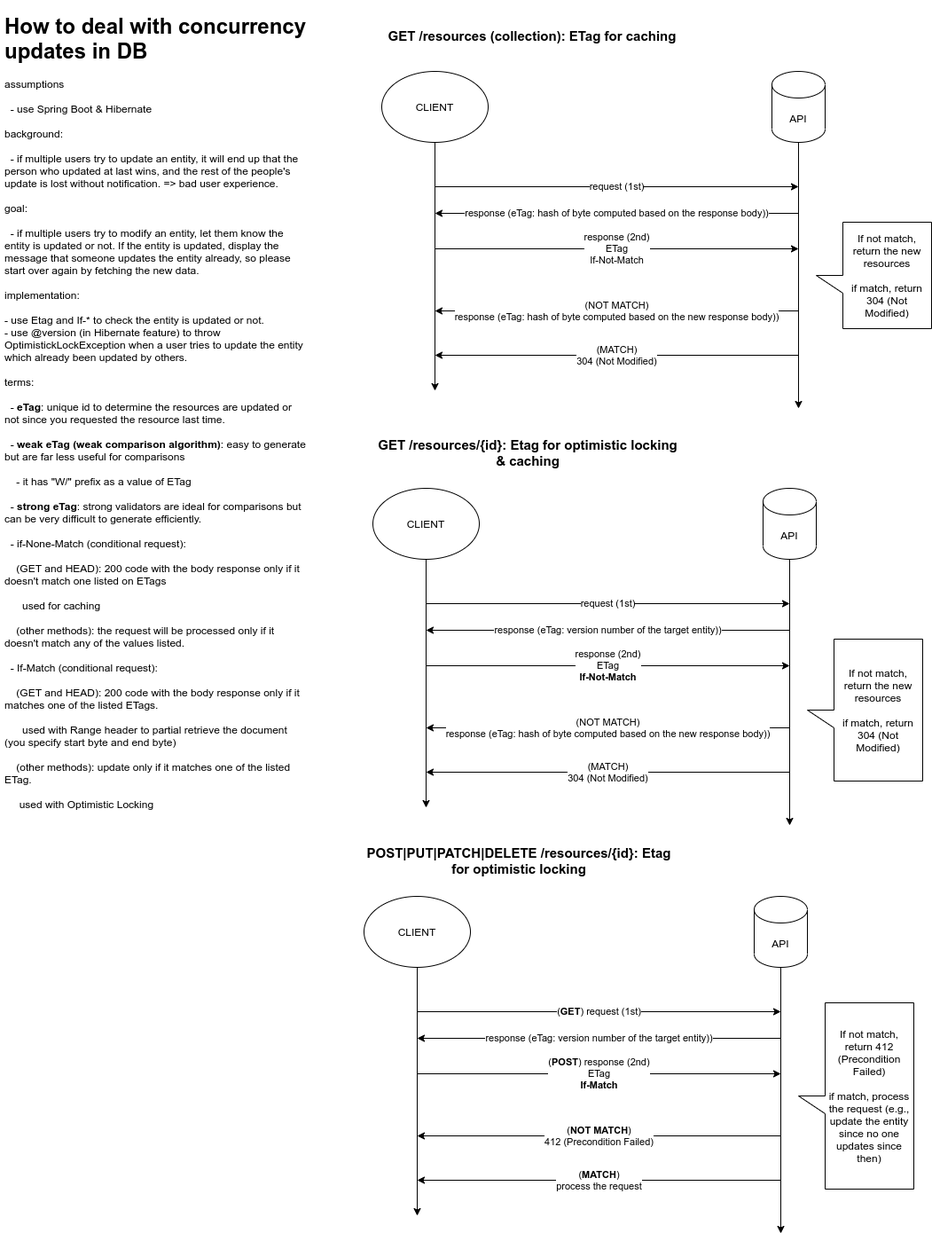
Earlier version of the draw.io export optimistic-locking-with-rest-api.png (stsiwo/e-commerce-starter-kits). Source tidied: cells renumbered, new cells last; positions are measured from the earlier drawing's top-left corner, leaving out a move shared by most shapes.
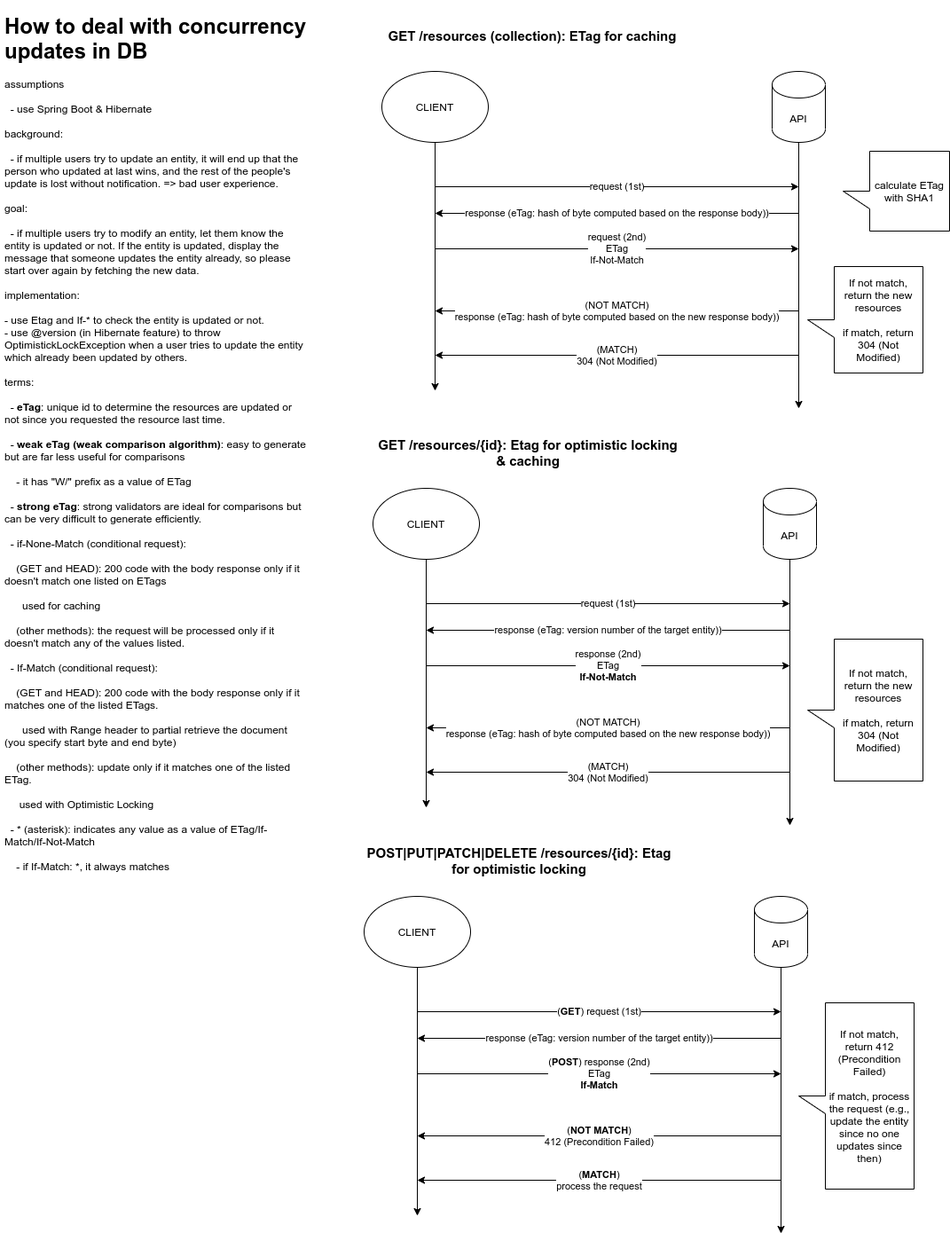
The same diagram one commit later.

Diff of the diagram source:
```diff
@@ -2,7 +2,7 @@
   <root>
     <mxCell id="0" />
     <mxCell id="1" parent="0" />
-    <mxCell id="2" value="&lt;h1&gt;How to deal with concurrency updates in DB&lt;/h1&gt;&lt;div&gt;assumptions&lt;/div&gt;&lt;div&gt;&lt;br&gt;&lt;/div&gt;&lt;div&gt;&amp;nbsp; - use Spring Boot &amp;amp; Hibernate&amp;nbsp;&lt;/div&gt;&lt;div&gt;&lt;br&gt;&lt;/div&gt;&lt;div&gt;background:&lt;/div&gt;&lt;div&gt;&lt;br&gt;&lt;/div&gt;&lt;div&gt;&amp;nbsp; - if multiple users try to update an entity, it will end up that the person who updated at last wins, and the rest of the people's update is lost without notification. =&amp;gt; bad user experience.&lt;/div&gt;&lt;div&gt;&lt;br&gt;&lt;/div&gt;&lt;div&gt;goal:&lt;/div&gt;&lt;div&gt;&lt;br&gt;&lt;/div&gt;&lt;div&gt;&amp;nbsp; - if multiple users try to modify an entity, let them know the entity is updated or not. If the entity is updated, display the message that someone updates the entity already, so please start over again by fetching the new data.&lt;/div&gt;&lt;div&gt;&lt;br&gt;&lt;/div&gt;&lt;div&gt;implementation:&amp;nbsp;&lt;/div&gt;&lt;div&gt;&lt;br&gt;&lt;/div&gt;&lt;div&gt;- use Etag and If-* to check the entity is updated or not.&lt;/div&gt;&lt;div&gt;- use @version (in Hibernate feature) to throw OptimistickLockException when a user tries to update the entity which already been updated by others.&lt;/div&gt;&lt;div&gt;&lt;br&gt;&lt;/div&gt;&lt;div&gt;terms:&lt;/div&gt;&lt;div&gt;&lt;br&gt;&lt;/div&gt;&lt;div&gt;&amp;nbsp; - &lt;b&gt;eTag&lt;/b&gt;: unique id to determine the resources are updated or not since you requested the resource last time.&lt;/div&gt;&lt;div&gt;&lt;br&gt;&lt;/div&gt;&lt;div&gt;&amp;nbsp; - &lt;b&gt;weak eTag (weak comparison algorithm)&lt;/b&gt;: easy to generate but are far less useful for comparisons&lt;/div&gt;&lt;div&gt;&lt;br&gt;&lt;/div&gt;&lt;div&gt;&amp;nbsp; &amp;nbsp; - it has &quot;W/&quot; prefix as a value of ETag&lt;/div&gt;&lt;div&gt;&lt;br&gt;&lt;/div&gt;&lt;div&gt;&amp;nbsp; - &lt;b&gt;strong eTag&lt;/b&gt;: strong validators are ideal for comparisons but can be very difficult to generate efficiently.&amp;nbsp;&lt;/div&gt;&lt;div&gt;&lt;br&gt;&lt;/div&gt;&lt;div&gt;&amp;nbsp; - if-None-Match (conditional request):&amp;nbsp;&lt;/div&gt;&lt;div&gt;&lt;br&gt;&lt;/div&gt;&lt;div&gt;&amp;nbsp; &amp;nbsp; (GET and HEAD): 200 code with the body response only if it doesn't match one listed on ETags&lt;/div&gt;&lt;div&gt;&lt;br&gt;&lt;/div&gt;&lt;div&gt;&amp;nbsp; &amp;nbsp; &amp;nbsp; used for caching&lt;/div&gt;&lt;div&gt;&lt;br&gt;&lt;/div&gt;&lt;div&gt;&amp;nbsp; &amp;nbsp; (other methods): the request will be processed only if it doesn't match any of the values listed.&lt;/div&gt;&lt;div&gt;&lt;br&gt;&lt;/div&gt;&lt;div&gt;&amp;nbsp; - If-Match (conditional request):&lt;/div&gt;&lt;div&gt;&lt;br&gt;&lt;/div&gt;&lt;div&gt;&amp;nbsp; &amp;nbsp; (GET and HEAD): 200 code with the body response only if it matches one of the listed ETags.&lt;/div&gt;&lt;div&gt;&amp;nbsp;&lt;/div&gt;&lt;div&gt;&amp;nbsp; &amp;nbsp; &amp;nbsp; used with Range header to partial retrieve the document (you specify start byte and end byte)&lt;/div&gt;&lt;div&gt;&lt;br&gt;&lt;/div&gt;&lt;div&gt;&amp;nbsp; &amp;nbsp; (other methods): update only if it matches one of the listed ETag.&lt;/div&gt;&lt;div&gt;&lt;br&gt;&lt;/div&gt;&lt;div&gt;&amp;nbsp; &amp;nbsp; &amp;nbsp;used with Optimistic Locking&lt;/div&gt;" style="text;html=1;strokeColor=none;fillColor=none;spacing=5;spacingTop=-20;whiteSpace=wrap;overflow=hidden;rounded=0;" parent="1" vertex="1">
+    <mxCell id="2" value="&lt;h1&gt;How to deal with concurrency updates in DB&lt;/h1&gt;&lt;div&gt;assumptions&lt;/div&gt;&lt;div&gt;&lt;br&gt;&lt;/div&gt;&lt;div&gt;&amp;nbsp; - use Spring Boot &amp;amp; Hibernate&amp;nbsp;&lt;/div&gt;&lt;div&gt;&lt;br&gt;&lt;/div&gt;&lt;div&gt;background:&lt;/div&gt;&lt;div&gt;&lt;br&gt;&lt;/div&gt;&lt;div&gt;&amp;nbsp; - if multiple users try to update an entity, it will end up that the person who updated at last wins, and the rest of the people's update is lost without notification. =&amp;gt; bad user experience.&lt;/div&gt;&lt;div&gt;&lt;br&gt;&lt;/div&gt;&lt;div&gt;goal:&lt;/div&gt;&lt;div&gt;&lt;br&gt;&lt;/div&gt;&lt;div&gt;&amp;nbsp; - if multiple users try to modify an entity, let them know the entity is updated or not. If the entity is updated, display the message that someone updates the entity already, so please start over again by fetching the new data.&lt;/div&gt;&lt;div&gt;&lt;br&gt;&lt;/div&gt;&lt;div&gt;implementation:&amp;nbsp;&lt;/div&gt;&lt;div&gt;&lt;br&gt;&lt;/div&gt;&lt;div&gt;- use Etag and If-* to check the entity is updated or not.&lt;/div&gt;&lt;div&gt;- use @version (in Hibernate feature) to throw OptimistickLockException when a user tries to update the entity which already been updated by others.&lt;/div&gt;&lt;div&gt;&lt;br&gt;&lt;/div&gt;&lt;div&gt;terms:&lt;/div&gt;&lt;div&gt;&lt;br&gt;&lt;/div&gt;&lt;div&gt;&amp;nbsp; - &lt;b&gt;eTag&lt;/b&gt;: unique id to determine the resources are updated or not since you requested the resource last time.&lt;/div&gt;&lt;div&gt;&lt;br&gt;&lt;/div&gt;&lt;div&gt;&amp;nbsp; - &lt;b&gt;weak eTag (weak comparison algorithm)&lt;/b&gt;: easy to generate but are far less useful for comparisons&lt;/div&gt;&lt;div&gt;&lt;br&gt;&lt;/div&gt;&lt;div&gt;&amp;nbsp; &amp;nbsp; - it has &quot;W/&quot; prefix as a value of ETag&lt;/div&gt;&lt;div&gt;&lt;br&gt;&lt;/div&gt;&lt;div&gt;&amp;nbsp; - &lt;b&gt;strong eTag&lt;/b&gt;: strong validators are ideal for comparisons but can be very difficult to generate efficiently.&amp;nbsp;&lt;/div&gt;&lt;div&gt;&lt;br&gt;&lt;/div&gt;&lt;div&gt;&amp;nbsp; - if-None-Match (conditional request):&amp;nbsp;&lt;/div&gt;&lt;div&gt;&lt;br&gt;&lt;/div&gt;&lt;div&gt;&amp;nbsp; &amp;nbsp; (GET and HEAD): 200 code with the body response only if it doesn't match one listed on ETags&lt;/div&gt;&lt;div&gt;&lt;br&gt;&lt;/div&gt;&lt;div&gt;&amp;nbsp; &amp;nbsp; &amp;nbsp; used for caching&lt;/div&gt;&lt;div&gt;&lt;br&gt;&lt;/div&gt;&lt;div&gt;&amp;nbsp; &amp;nbsp; (other methods): the request will be processed only if it doesn't match any of the values listed.&lt;/div&gt;&lt;div&gt;&lt;br&gt;&lt;/div&gt;&lt;div&gt;&amp;nbsp; - If-Match (conditional request):&lt;/div&gt;&lt;div&gt;&lt;br&gt;&lt;/div&gt;&lt;div&gt;&amp;nbsp; &amp;nbsp; (GET and HEAD): 200 code with the body response only if it matches one of the listed ETags.&lt;/div&gt;&lt;div&gt;&amp;nbsp;&lt;/div&gt;&lt;div&gt;&amp;nbsp; &amp;nbsp; &amp;nbsp; used with Range header to partial retrieve the document (you specify start byte and end byte)&lt;/div&gt;&lt;div&gt;&lt;br&gt;&lt;/div&gt;&lt;div&gt;&amp;nbsp; &amp;nbsp; (other methods): update only if it matches one of the listed ETag.&lt;/div&gt;&lt;div&gt;&lt;br&gt;&lt;/div&gt;&lt;div&gt;&amp;nbsp; &amp;nbsp; &amp;nbsp;used with Optimistic Locking&lt;/div&gt;&lt;div&gt;&lt;br&gt;&lt;/div&gt;&lt;div&gt;&amp;nbsp; - * (asterisk): indicates any value as a value of ETag/If-Match/If-Not-Match&lt;/div&gt;&lt;div&gt;&lt;br&gt;&lt;/div&gt;&lt;div&gt;&amp;nbsp; &amp;nbsp; - if If-Match: *, it always matches&lt;/div&gt;" style="text;html=1;strokeColor=none;fillColor=none;spacing=5;spacingTop=-20;whiteSpace=wrap;overflow=hidden;rounded=0;" parent="1" vertex="1">
       <mxGeometry width="350" height="1010" as="geometry" />
     </mxCell>
     <mxCell id="3" style="edgeStyle=none;rounded=0;jettySize=auto;html=1;" parent="1" edge="1" source="4">
@@ -36,14 +36,14 @@
         <mxPoint x="490" y="230" as="targetPoint" />
       </mxGeometry>
     </mxCell>
-    <mxCell id="10" value="response (2nd)&lt;br&gt;ETag&lt;br&gt;If-Not-Match" style="endArrow=classic;html=1;" parent="1" edge="1">
+    <mxCell id="10" value="request (2nd)&lt;br&gt;ETag&lt;br&gt;If-Not-Match" style="endArrow=classic;html=1;" parent="1" edge="1">
       <mxGeometry relative="1" as="geometry">
         <mxPoint x="490" y="270" as="sourcePoint" />
         <mxPoint x="900" y="270" as="targetPoint" />
       </mxGeometry>
     </mxCell>
     <mxCell id="11" value="If not match, return the new resources&lt;br&gt;&lt;br&gt;if match, return 304 (Not Modified)" style="shape=callout;whiteSpace=wrap;html=1;perimeter=calloutPerimeter;strokeWidth=1;direction=south;" parent="1" vertex="1">
-      <mxGeometry x="920" y="240" width="130" height="120" as="geometry" />
+      <mxGeometry x="910" y="290" width="130" height="120" as="geometry" />
     </mxCell>
     <mxCell id="12" value="(NOT MATCH)&lt;br&gt;response (eTag: hash of byte computed based on the new response body))" style="endArrow=classic;html=1;" parent="1" edge="1">
       <mxGeometry relative="1" as="geometry">
@@ -161,5 +161,8 @@
         <mxPoint x="470" y="1320" as="targetPoint" />
       </mxGeometry>
     </mxCell>
+    <mxCell id="36" value="&lt;a href=&quot;http://www.sha1-online.com/sha1-java/&quot;&gt;calculate ETag with SHA1&lt;/a&gt;" style="shape=callout;whiteSpace=wrap;html=1;perimeter=calloutPerimeter;strokeWidth=1;direction=south;" parent="1" vertex="1">
+      <mxGeometry x="950" y="160" width="120" height="90" as="geometry" />
+    </mxCell>
   </root>
 </mxGraphModel>
```
